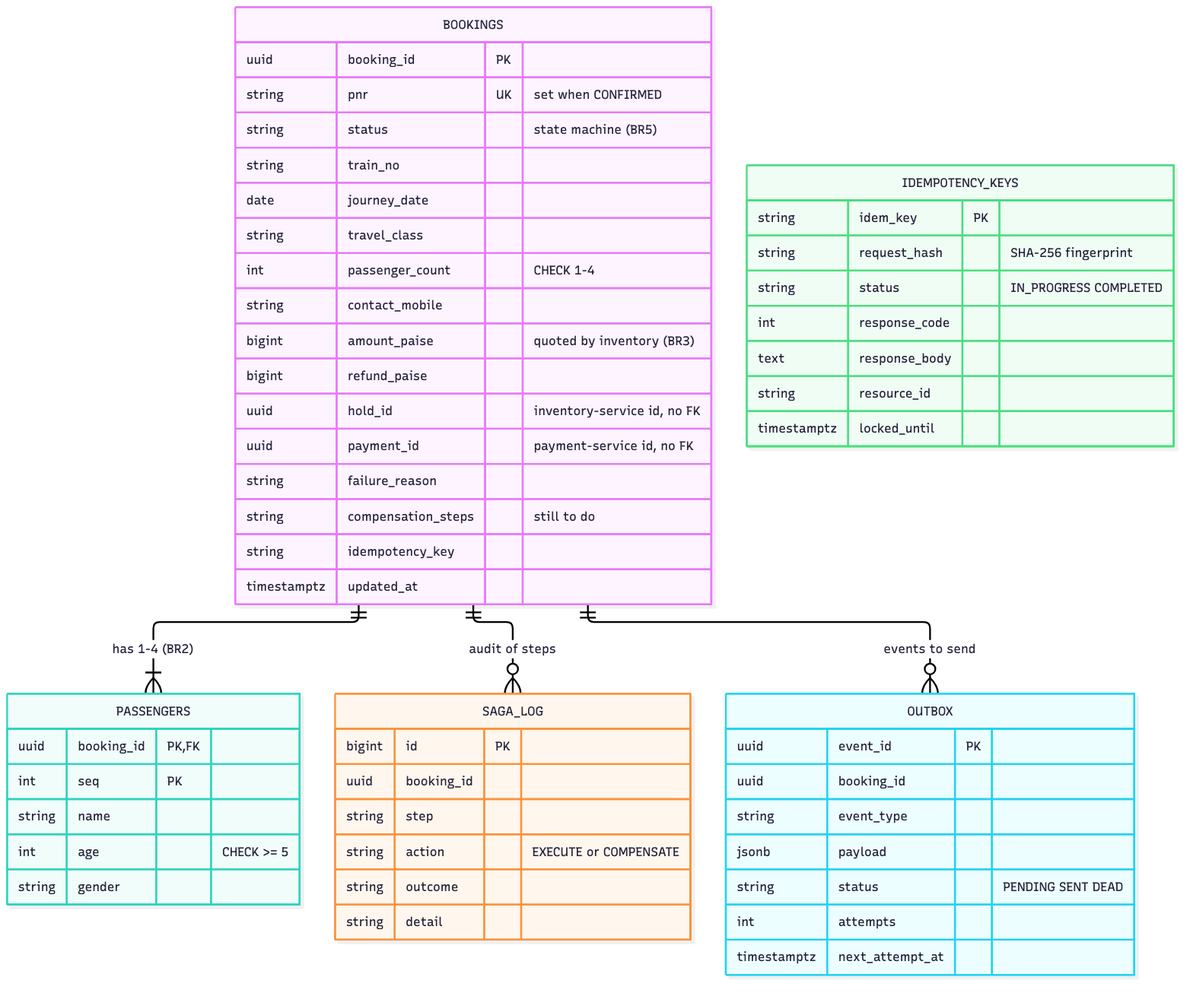
Before: docs/diagrams/er-booking.png, a diagram exported from Mermaid (spaceman-dev/tatkal-booking-microservices). Its source is kept beside it as docs/diagrams/er-booking.mmd. Source of this version:
```mermaid
erDiagram
    BOOKINGS ||--|{ PASSENGERS : "has 1-4 (BR2)"
    BOOKINGS ||--o{ SAGA_LOG : "audit of steps"
    BOOKINGS ||--o{ OUTBOX : "events to send"
    BOOKINGS {
        uuid booking_id PK
        string pnr UK "set when CONFIRMED"
        string status "state machine (BR5)"
        string train_no
        date journey_date
        string travel_class
        int passenger_count "CHECK 1-4"
        string contact_mobile
        bigint amount_paise "quoted by inventory (BR3)"
        bigint refund_paise
        uuid hold_id "inventory-service id, no FK"
        uuid payment_id "payment-service id, no FK"
        string failure_reason
        string compensation_steps "still to do"
        string idempotency_key
        timestamptz updated_at
    }
    PASSENGERS {
        uuid booking_id PK, FK
        int seq PK
        string name
        int age "CHECK >= 5"
        string gender
    }
    SAGA_LOG {
        bigint id PK
        uuid booking_id
        string step
        string action "EXECUTE or COMPENSATE"
        string outcome
        string detail
    }
    OUTBOX {
        uuid event_id PK
        uuid booking_id
        string event_type
        jsonb payload
        string status "PENDING SENT DEAD"
        int attempts
        timestamptz next_attempt_at
    }
    IDEMPOTENCY_KEYS {
        string idem_key PK
        string request_hash "SHA-256 fingerprint"
        string status "IN_PROGRESS COMPLETED"
        int response_code
        text response_body
        string resource_id
        timestamptz locked_until
    }
```
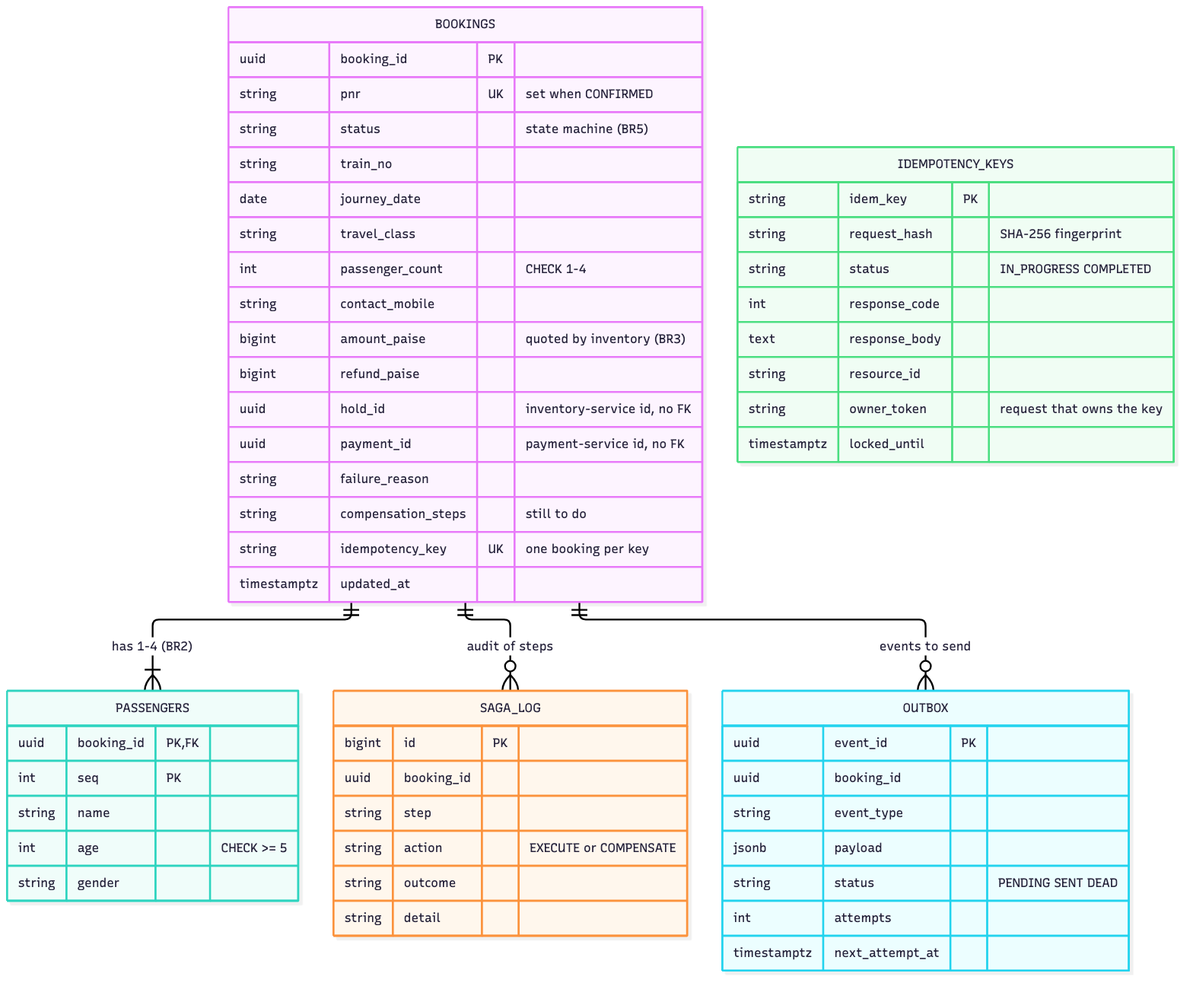
The same file after the commit.

Diff of the diagram source:
```diff
@@ -17,7 +17,7 @@
         uuid payment_id "payment-service id, no FK"
         string failure_reason
         string compensation_steps "still to do"
-        string idempotency_key
+        string idempotency_key UK "one booking per key"
         timestamptz updated_at
     }
     PASSENGERS {
@@ -51,5 +51,6 @@
         int response_code
         text response_body
         string resource_id
+        string owner_token "request that owns the key"
         timestamptz locked_until
     }
```
